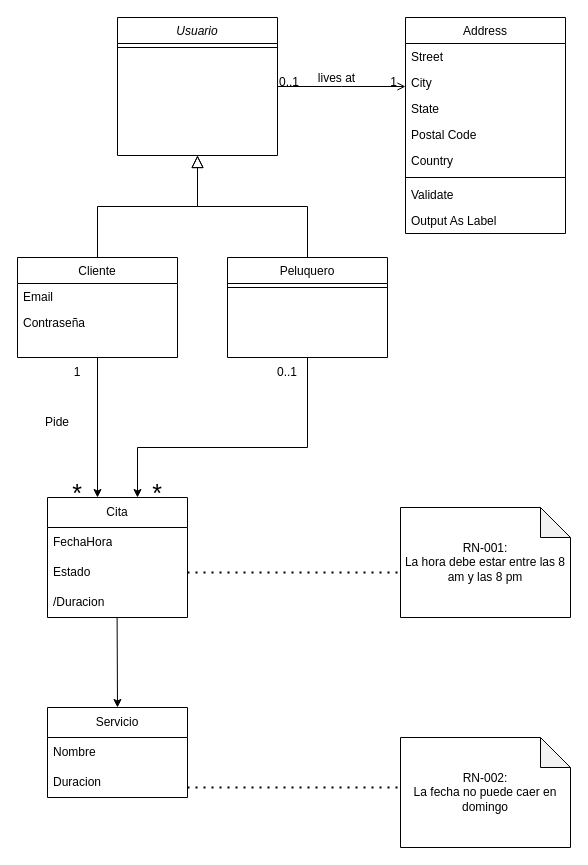
This is modeladoConceptualLab2.drawio from rafaelPrg00/Lab2, a draw.io file, before an edit. Source tidied: cells renumbered, new cells numbered last; positions are measured from the earlier drawing's top-left corner, leaving out a move shared by most shapes. Both pictures are drawn from the tidied source at 100%, with x=0, y=0 at pixel (17, 17).
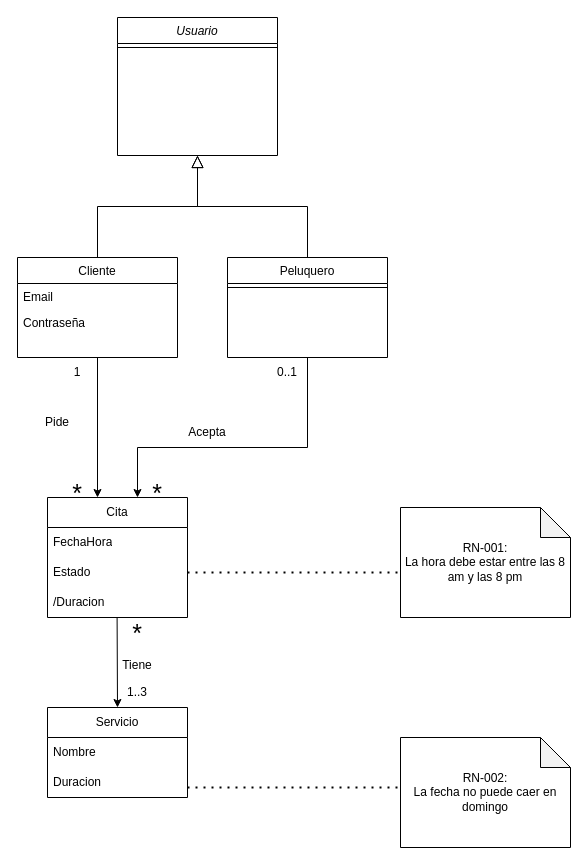
The same diagram, later.

Unchanged cells that the change refers to:
```xml
<mxCell id="2" value="Usuario" style="swimlane;fontStyle=2;align=center;verticalAlign=top;horizontal=1;startSize=26;rounded=0;shadow=0;strokeWidth=1;" parent="1" vertex="1">
  <mxGeometry x="100" width="160" height="138" as="geometry" />
</mxCell>
```

What changed in the source:
```diff
@@
-    <mxCell id="11" value="Address" style="swimlane;fontStyle=0;align=center;verticalAlign=top;horizontal=1;startSize=26;rounded=0;shadow=0;strokeWidth=1;" parent="1" vertex="1">
-      <mxGeometry x="388" width="160" height="216" as="geometry" />
-    </mxCell>
-    <mxCell id="12" value="Street" style="text;align=left;verticalAlign=top;spacingLeft=4;spacingRight=4;overflow=hidden;" parent="11" vertex="1">
-      <mxGeometry y="26" width="160" height="26" as="geometry" />
-    </mxCell>
-    <mxCell id="13" value="City" style="text;align=left;verticalAlign=top;spacingLeft=4;spacingRight=4;overflow=hidden;rounded=0;shadow=0;html=0;" parent="11" vertex="1">
-      <mxGeometry y="52" width="160" height="26" as="geometry" />
-    </mxCell>
-    <mxCell id="14" value="State" style="text;align=left;verticalAlign=top;spacingLeft=4;spacingRight=4;overflow=hidden;rounded=0;shadow=0;html=0;" parent="11" vertex="1">
-      <mxGeometry y="78" width="160" height="26" as="geometry" />
-    </mxCell>
-    <mxCell id="15" value="Postal Code" style="text;align=left;verticalAlign=top;spacingLeft=4;spacingRight=4;overflow=hidden;rounded=0;shadow=0;html=0;" parent="11" vertex="1">
-      <mxGeometry y="104" width="160" height="26" as="geometry" />
-    </mxCell>
-    <mxCell id="16" value="Country" style="text;align=left;verticalAlign=top;spacingLeft=4;spacingRight=4;overflow=hidden;rounded=0;shadow=0;html=0;" parent="11" vertex="1">
-      <mxGeometry y="130" width="160" height="26" as="geometry" />
-    </mxCell>
-    <mxCell id="17" style="line;html=1;strokeWidth=1;align=left;verticalAlign=middle;spacingTop=-1;spacingLeft=3;spacingRight=3;labelPosition=right;" parent="11" vertex="1">
-      <mxGeometry y="156" width="160" height="8" as="geometry" />
-    </mxCell>
-    <mxCell id="18" value="Validate" style="text;align=left;verticalAlign=top;spacingLeft=4;spacingRight=4;overflow=hidden;" parent="11" vertex="1">
-      <mxGeometry y="164" width="160" height="26" as="geometry" />
-    </mxCell>
-    <mxCell id="19" value="Output As Label" style="text;align=left;verticalAlign=top;spacingLeft=4;spacingRight=4;overflow=hidden;" parent="11" vertex="1">
-      <mxGeometry y="190" width="160" height="26" as="geometry" />
-    </mxCell>
-    <mxCell id="20" style="endArrow=open;shadow=0;strokeWidth=1;rounded=0;curved=0;endFill=1;edgeStyle=elbowEdgeStyle;elbow=vertical;" parent="1" edge="1" source="2" target="11">
-      <mxGeometry x="0.5" y="41" relative="1" as="geometry">
-        <mxPoint x="-40" y="32" as="offset" />
-      </mxGeometry>
-    </mxCell>
-    <mxCell id="21" value="0..1" style="align=left;verticalAlign=bottom;labelBackgroundColor=none;fontSize=12;" parent="20" vertex="1">
-      <mxGeometry x="-1" relative="1" as="geometry">
-        <mxPoint y="4" as="offset" />
-      </mxGeometry>
-    </mxCell>
-    <mxCell id="22" value="1" style="align=right;verticalAlign=bottom;labelBackgroundColor=none;fontSize=12;" parent="20" vertex="1">
-      <mxGeometry x="1" relative="1" as="geometry">
-        <mxPoint x="-7" y="4" as="offset" />
-      </mxGeometry>
-    </mxCell>
-    <mxCell id="23" value="lives at" style="text;html=1;align=center;verticalAlign=middle;labelBackgroundColor=none;rounded=0;shadow=0;strokeWidth=1;fontSize=12;" parent="20" vertex="1">
-      <mxGeometry x="0.5" y="49" relative="1" as="geometry">
-        <mxPoint x="-38" y="40" as="offset" />
-      </mxGeometry>
-    </mxCell>
@@
+    <mxCell id="43" value="&lt;font style=&quot;font-size: 25px;&quot;&gt;*&lt;/font&gt;" style="text;html=1;align=center;verticalAlign=middle;whiteSpace=wrap;rounded=0;" parent="1" vertex="1">
+      <mxGeometry x="90" y="600" width="60" height="30" as="geometry" />
+    </mxCell>
+    <mxCell id="44" value="Tiene&lt;div&gt;&lt;br&gt;&lt;/div&gt;" style="text;html=1;align=center;verticalAlign=middle;whiteSpace=wrap;rounded=0;" parent="1" vertex="1">
+      <mxGeometry x="90" y="640" width="60" height="30" as="geometry" />
+    </mxCell>
+    <mxCell id="45" value="1..3" style="text;html=1;align=center;verticalAlign=middle;whiteSpace=wrap;rounded=0;" parent="1" vertex="1">
+      <mxGeometry x="90" y="660" width="60" height="30" as="geometry" />
+    </mxCell>
+    <mxCell id="46" value="Acepta" style="text;html=1;align=center;verticalAlign=middle;whiteSpace=wrap;rounded=0;" parent="1" vertex="1">
+      <mxGeometry x="160" y="400" width="60" height="30" as="geometry" />
+    </mxCell>
```
